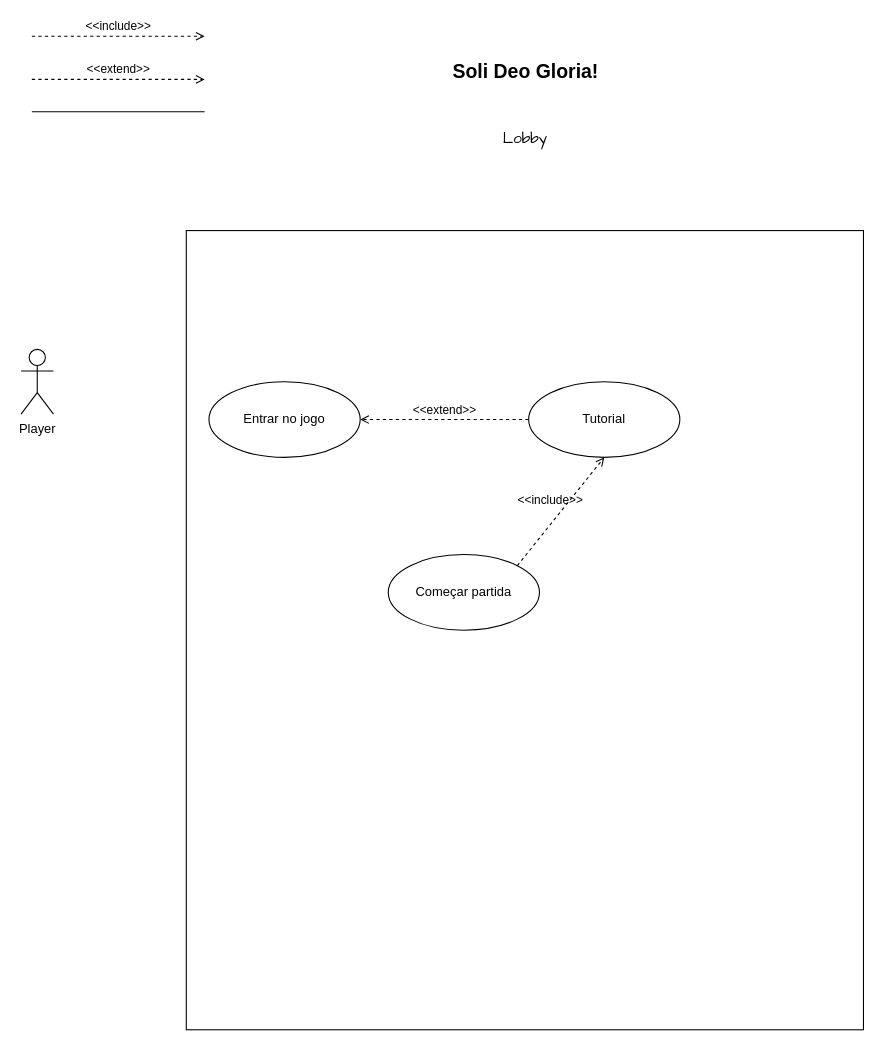
Earlier version of the draw.io diagram Diagrama Lobby.drawio (DEV-0ne-Jao/Projeto-Integrador). Source tidied: cells renumbered, new cells numbered last; positions are measured from the earlier drawing's top-left corner, leaving out a move shared by most shapes. Both pictures are drawn from the tidied source at 108%, with x=0, y=0 at pixel (21, 36).
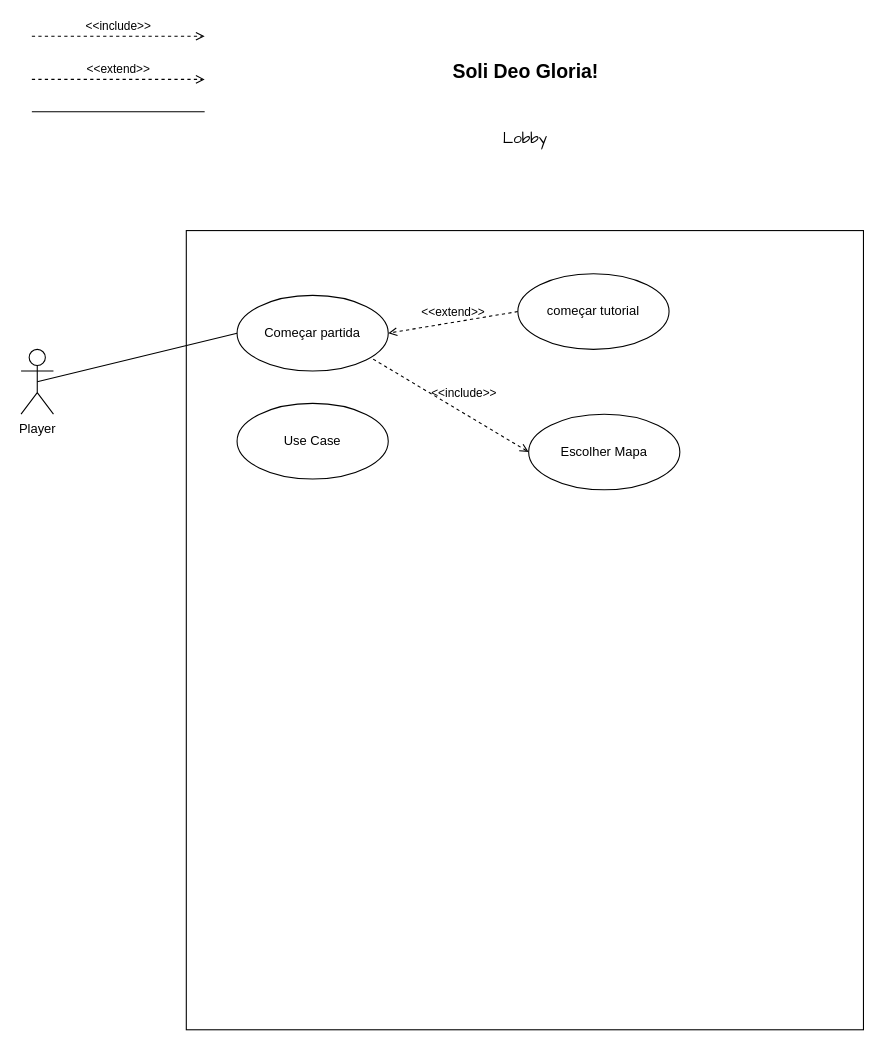
After the change.

What changed in the source:
```diff
@@
 <mxGraphModel>
   <root>
     <mxCell id="0" />
     <mxCell id="1" parent="0" />
     <mxCell id="2" value="&lt;font face=&quot;Comic Sans MS&quot; style=&quot;font-size: 14px;&quot;&gt;Lobby&lt;/font&gt;" style="text;html=1;align=center;verticalAlign=middle;whiteSpace=wrap;rounded=0;" parent="1" vertex="1">
       <mxGeometry x="436.5" y="80" width="60" height="30" as="geometry" />
     </mxCell>
     <mxCell id="3" value="&lt;font style=&quot;font-size: 18px;&quot;&gt;Soli Deo Gloria!&lt;/font&gt;" style="text;align=center;fontStyle=1;verticalAlign=middle;spacingLeft=3;spacingRight=3;strokeColor=none;html=1;" parent="1" vertex="1">
       <mxGeometry x="426.5" y="20" width="80" height="26" as="geometry" />
     </mxCell>
     <mxCell id="4" value="Player" style="shape=umlActor;verticalLabelPosition=bottom;verticalAlign=top;html=1;" parent="1" vertex="1">
       <mxGeometry y="290" width="30" height="60" as="geometry" />
     </mxCell>
     <mxCell id="5" style="rounded=0;whiteSpace=wrap;html=1;" parent="1" vertex="1">
       <mxGeometry x="153" y="180" width="627" height="740" as="geometry" />
     </mxCell>
     <mxCell id="6" value="Começar partida" style="ellipse;whiteSpace=wrap;html=1;" parent="1" vertex="1">
-      <mxGeometry x="340" y="480" width="140" height="70" as="geometry" />
+      <mxGeometry x="200" y="240" width="140" height="70" as="geometry" />
     </mxCell>
-    <mxCell id="7" value="Entrar no jogo" style="ellipse;whiteSpace=wrap;html=1;" parent="1" vertex="1">
-      <mxGeometry x="174" y="320" width="140" height="70" as="geometry" />
-    </mxCell>
     <mxCell id="8" value="&amp;lt;&amp;lt;include&amp;gt;&amp;gt;" style="html=1;verticalAlign=bottom;labelBackgroundColor=none;endArrow=open;endFill=0;dashed=1;rounded=0;" parent="1" edge="1">
       <mxGeometry relative="1" as="geometry">
         <mxPoint x="10" as="sourcePoint" />
         <mxPoint x="170" as="targetPoint" />
       </mxGeometry>
     </mxCell>
     <mxCell id="9" value="&amp;lt;&amp;lt;extend&amp;gt;&amp;gt;" style="html=1;verticalAlign=bottom;labelBackgroundColor=none;endArrow=open;endFill=0;dashed=1;rounded=0;" parent="1" edge="1">
       <mxGeometry relative="1" as="geometry">
         <mxPoint x="10" y="40" as="sourcePoint" />
         <mxPoint x="170" y="40" as="targetPoint" />
       </mxGeometry>
     </mxCell>
-    <mxCell id="10" style="endArrow=none;html=1;edgeStyle=orthogonalEdgeStyle;rounded=0;" parent="1" edge="1">
+    <mxCell id="10" style="endArrow=none;html=1;rounded=0;" parent="1" edge="1">
       <mxGeometry relative="1" as="geometry">
         <mxPoint x="10" y="70" as="sourcePoint" />
         <mxPoint x="170" y="70" as="targetPoint" />
       </mxGeometry>
     </mxCell>
-    <mxCell id="11" value="Tutorial" style="ellipse;whiteSpace=wrap;html=1;" parent="1" vertex="1">
-      <mxGeometry x="470" y="320" width="140" height="70" as="geometry" />
-    </mxCell>
+    <mxCell id="14" value="Use Case" style="ellipse;whiteSpace=wrap;html=1;" parent="1" vertex="1">
+      <mxGeometry x="200" y="340" width="140" height="70" as="geometry" />
+    </mxCell>
-    <mxCell id="12" value="&amp;lt;&amp;lt;extend&amp;gt;&amp;gt;" style="html=1;verticalAlign=bottom;labelBackgroundColor=none;endArrow=open;endFill=0;dashed=1;rounded=0;exitX=0;exitY=0.5;exitDx=0;exitDy=0;entryX=1;entryY=0.5;entryDx=0;entryDy=0;" parent="1" edge="1" source="11" target="7">
+    <mxCell id="12" value="&amp;lt;&amp;lt;extend&amp;gt;&amp;gt;" style="html=1;verticalAlign=bottom;labelBackgroundColor=none;endArrow=open;endFill=0;dashed=1;rounded=0;entryX=1;entryY=0.5;entryDx=0;entryDy=0;exitX=0;exitY=0.5;exitDx=0;exitDy=0;" parent="1" edge="1" source="15" target="6">
       <mxGeometry relative="1" as="geometry" />
     </mxCell>
+    <mxCell id="15" value="começar tutorial" style="ellipse;whiteSpace=wrap;html=1;" parent="1" vertex="1">
+      <mxGeometry x="460" y="220" width="140" height="70" as="geometry" />
+    </mxCell>
+    <mxCell id="16" value="Escolher Mapa" style="ellipse;whiteSpace=wrap;html=1;" parent="1" vertex="1">
+      <mxGeometry x="470" y="350" width="140" height="70" as="geometry" />
+    </mxCell>
-    <mxCell id="13" value="&amp;lt;&amp;lt;include&amp;gt;&amp;gt;" style="html=1;verticalAlign=bottom;labelBackgroundColor=none;endArrow=open;endFill=0;dashed=1;rounded=0;exitX=1;exitY=0;exitDx=0;exitDy=0;entryX=0.5;entryY=1;entryDx=0;entryDy=0;" parent="1" edge="1" source="6" target="11">
-      <mxGeometry x="-0.09" y="8" relative="1" as="geometry" />
+    <mxCell id="13" value="&amp;lt;&amp;lt;include&amp;gt;&amp;gt;" style="html=1;verticalAlign=bottom;labelBackgroundColor=none;endArrow=open;endFill=0;dashed=1;rounded=0;exitX=0.9;exitY=0.843;exitDx=0;exitDy=0;exitPerimeter=0;entryX=0;entryY=0.5;entryDx=0;entryDy=0;" parent="1" edge="1" source="6" target="16">
+      <mxGeometry x="0.11" y="8" relative="1" as="geometry" />
     </mxCell>
+    <mxCell id="17" style="endArrow=none;html=1;rounded=0;exitX=0.5;exitY=0.5;exitDx=0;exitDy=0;exitPerimeter=0;entryX=0;entryY=0.5;entryDx=0;entryDy=0;" parent="1" edge="1" source="4" target="6">
+      <mxGeometry relative="1" as="geometry" />
+    </mxCell>
   </root>
 </mxGraphModel>
```
